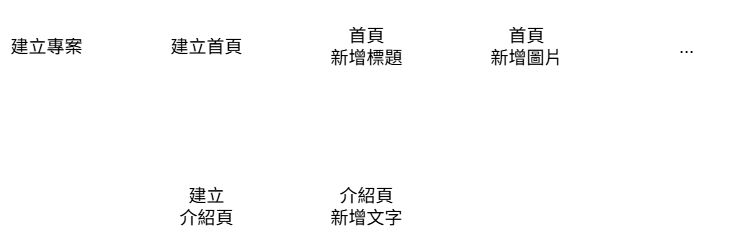
Li732375/git_note keeps this draw.io diagram as images/parallel_seq.png. Above is the earlier version. Source tidied: cells renumbered, new cells last; positions are measured from the earlier drawing's top-left corner, leaving out a move shared by most shapes.
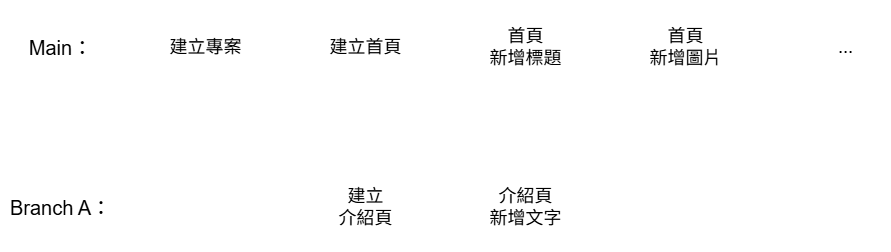
Above is the later version.

The edit, as a diff of the source:
```diff
@@ -44,5 +44,11 @@
     <mxCell id="15" value="&lt;span style=&quot;font-size: 18px;&quot;&gt;...&lt;/span&gt;" style="ellipse;whiteSpace=wrap;html=1;fontFamily=Helvetica;fontSize=11;fontColor=default;labelBackgroundColor=default;strokeWidth=2;strokeColor=light-dark(#FFFFFF,#FFFFFF);" parent="1" vertex="1">
       <mxGeometry x="640" width="90" height="90" as="geometry" />
     </mxCell>
+    <mxCell id="16" value="&lt;font style=&quot;font-size: 20px;&quot;&gt;Main：&lt;/font&gt;" style="text;html=1;align=center;verticalAlign=middle;whiteSpace=wrap;rounded=0;fontFamily=Helvetica;fontSize=11;fontColor=default;labelBackgroundColor=default;" parent="1" vertex="1">
+      <mxGeometry x="-130" y="30" width="60" height="30" as="geometry" />
+    </mxCell>
+    <mxCell id="17" value="&lt;font style=&quot;font-size: 20px;&quot;&gt;Branch A：&lt;/font&gt;" style="text;html=1;align=center;verticalAlign=middle;whiteSpace=wrap;rounded=0;fontFamily=Helvetica;fontSize=11;fontColor=default;labelBackgroundColor=default;" parent="1" vertex="1">
+      <mxGeometry x="-160" y="190" width="120" height="30" as="geometry" />
+    </mxCell>
   </root>
 </mxGraphModel>
```
